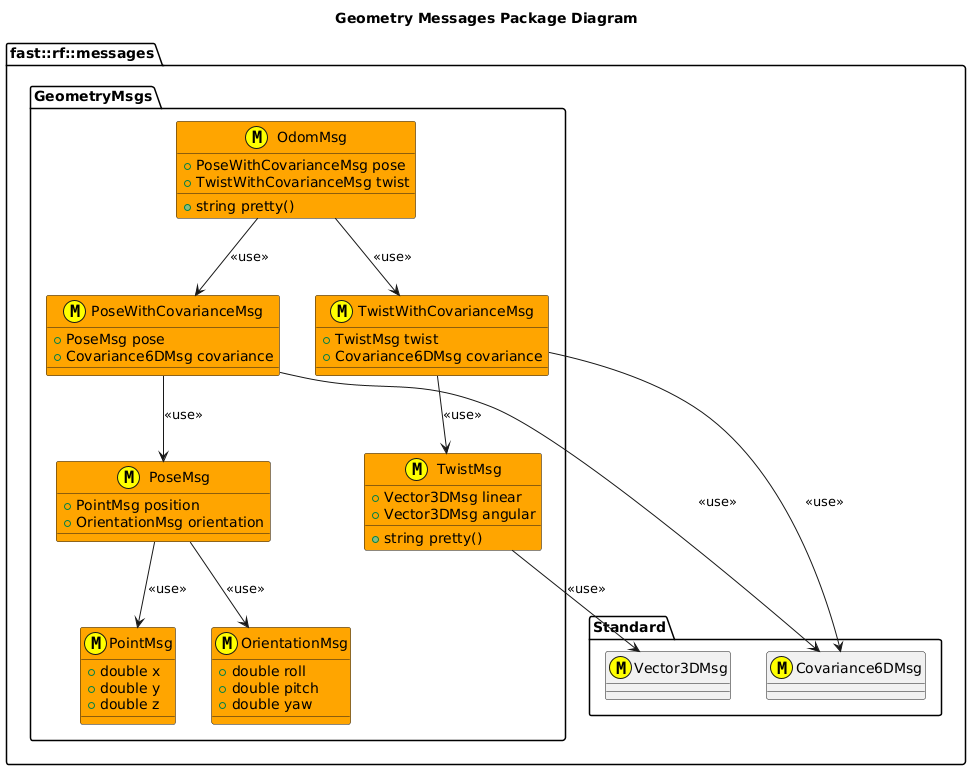
Above: msgs/GeometryMsgs/doc/puml/GeometryMessagesClassDiagram.png in fastrobotics/robot_framework (PlantUML), before the change.
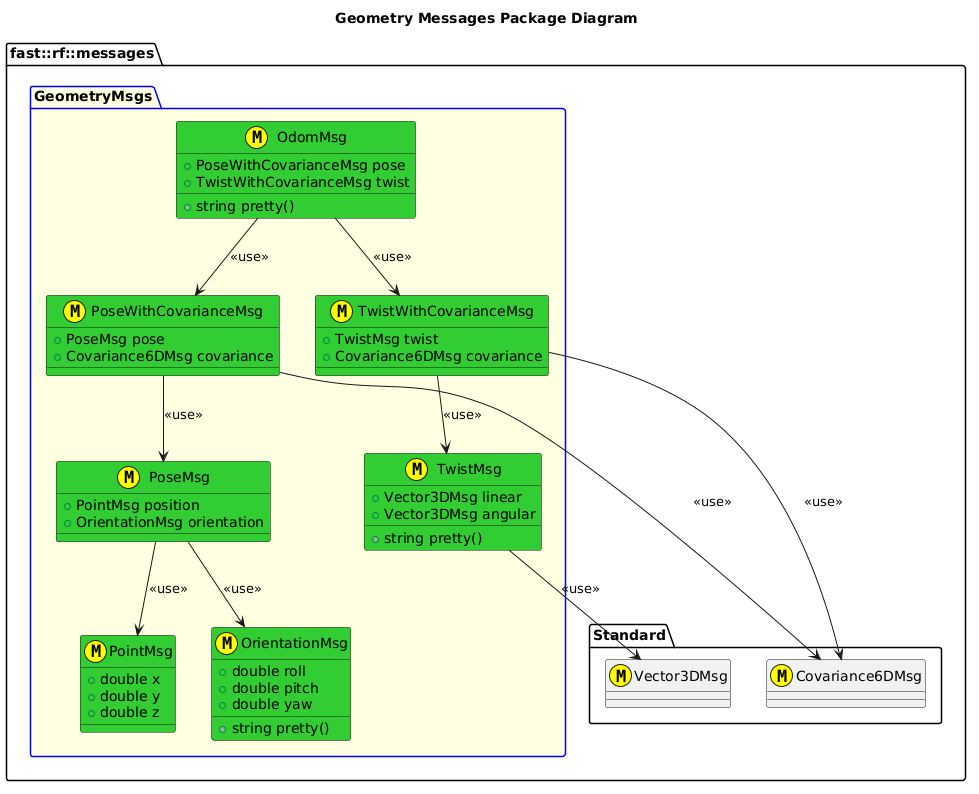
The same file after the commit.

Diff of the diagram source:
```diff
@@ -7,46 +7,47 @@
     class Vector3DMsg <<(M,#FFFF00) >>
   }
 
-  namespace GeometryMsgs  {
-    struct PointMsg <<(M,#FFFF00) >> #Orange {
+  package GeometryMsgs #LightYellow;line:blue {
+    struct PointMsg <<(M,#FFFF00) >> #LimeGreen {
       +double x
       +double y
       +double z
     }
-    struct OrientationMsg <<(M,#FFFF00) >> #Orange {
+    struct OrientationMsg <<(M,#FFFF00) >> #LimeGreen {
       +double roll
       +double pitch
       +double yaw
+      +string pretty()
     }
-    struct PoseMsg <<(M,#FFFF00)>> #Orange {
+    struct PoseMsg <<(M,#FFFF00)>> #LimeGreen {
       +PointMsg position
       +OrientationMsg orientation
 
     }
     PoseMsg --> PointMsg: <<use>>
     PoseMsg --> OrientationMsg: <<use>>
-    struct PoseWithCovarianceMsg <<(M,#FFFF00)>> #Orange {
+    struct PoseWithCovarianceMsg <<(M,#FFFF00)>> #LimeGreen {
       +PoseMsg pose
       +Covariance6DMsg covariance
     }
     PoseWithCovarianceMsg --> Covariance6DMsg: <<use>>
     PoseWithCovarianceMsg --> PoseMsg: <<use>>
 
-    struct TwistMsg <<(M,#FFFF00)>> #Orange {
+    struct TwistMsg <<(M,#FFFF00)>> #LimeGreen {
       +Vector3DMsg linear
       +Vector3DMsg angular
       +string pretty()
     }
     TwistMsg --> Vector3DMsg: <<use>>
 
-    struct TwistWithCovarianceMsg <<(M,#FFFF00)>> #Orange {
+    struct TwistWithCovarianceMsg <<(M,#FFFF00)>> #LimeGreen {
       +TwistMsg twist
       +Covariance6DMsg covariance
     }
     TwistWithCovarianceMsg --> TwistMsg: <<use>>
     TwistWithCovarianceMsg --> Covariance6DMsg: <<use>>
 
-    struct OdomMsg <<(M,#FFFF00)>> #Orange {
+    struct OdomMsg <<(M,#FFFF00)>> #LimeGreen {
       +string pretty()
       +PoseWithCovarianceMsg pose
       +TwistWithCovarianceMsg twist
```
